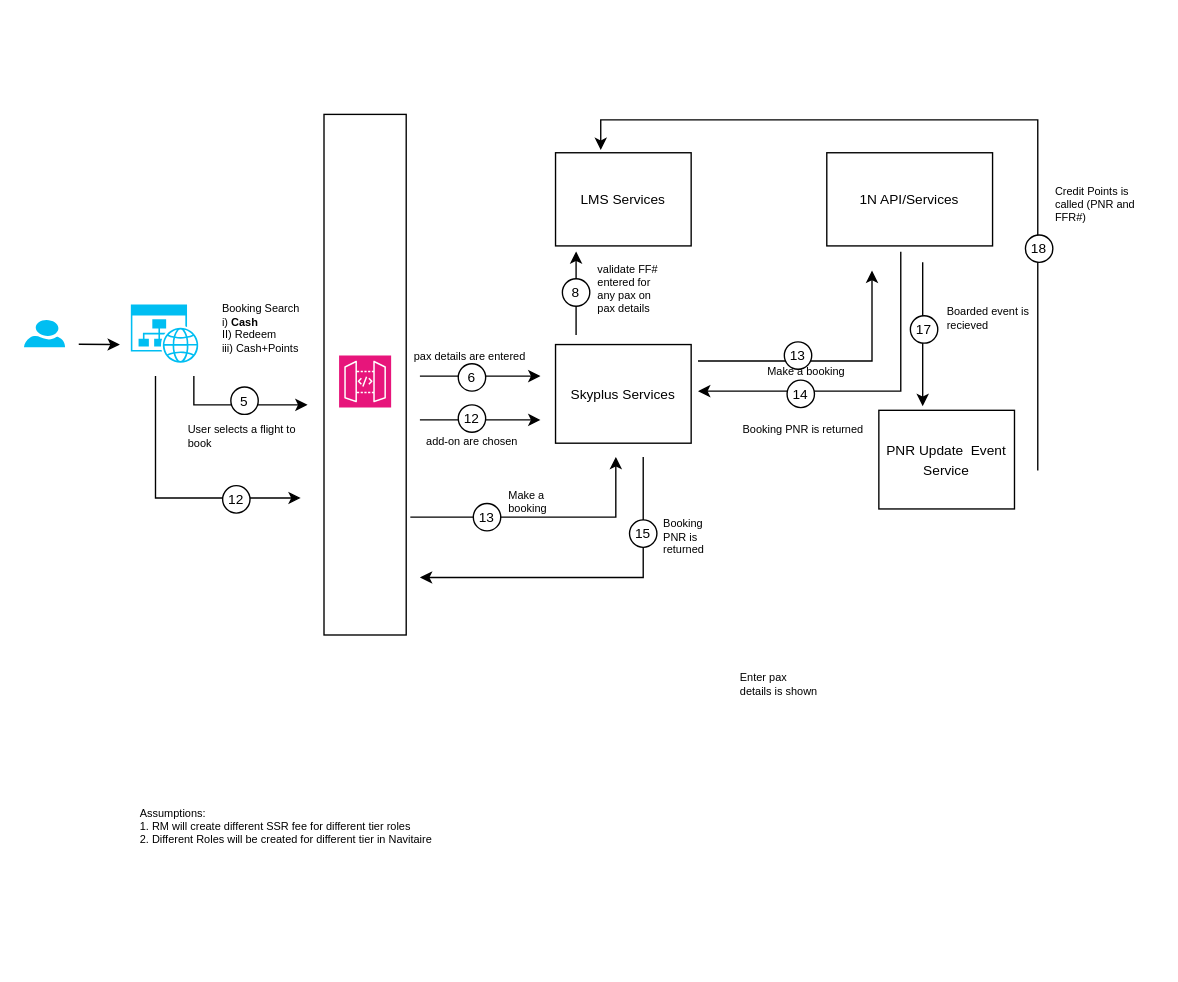
The draw.io diagram page "Book" (2 of 2) of Earn_Booking_Flow.drawio in nchauhan4/drawings, before the edit. Source tidied: cells renumbered, new cells numbered last; positions are measured from the earlier drawing's top-left corner, leaving out a move shared by most shapes. Both pictures are drawn from the tidied source at 137%, with x=0, y=0 at pixel (23, 114). Pictures stored in the file or linked from it are replaced by grey dashed boxes.
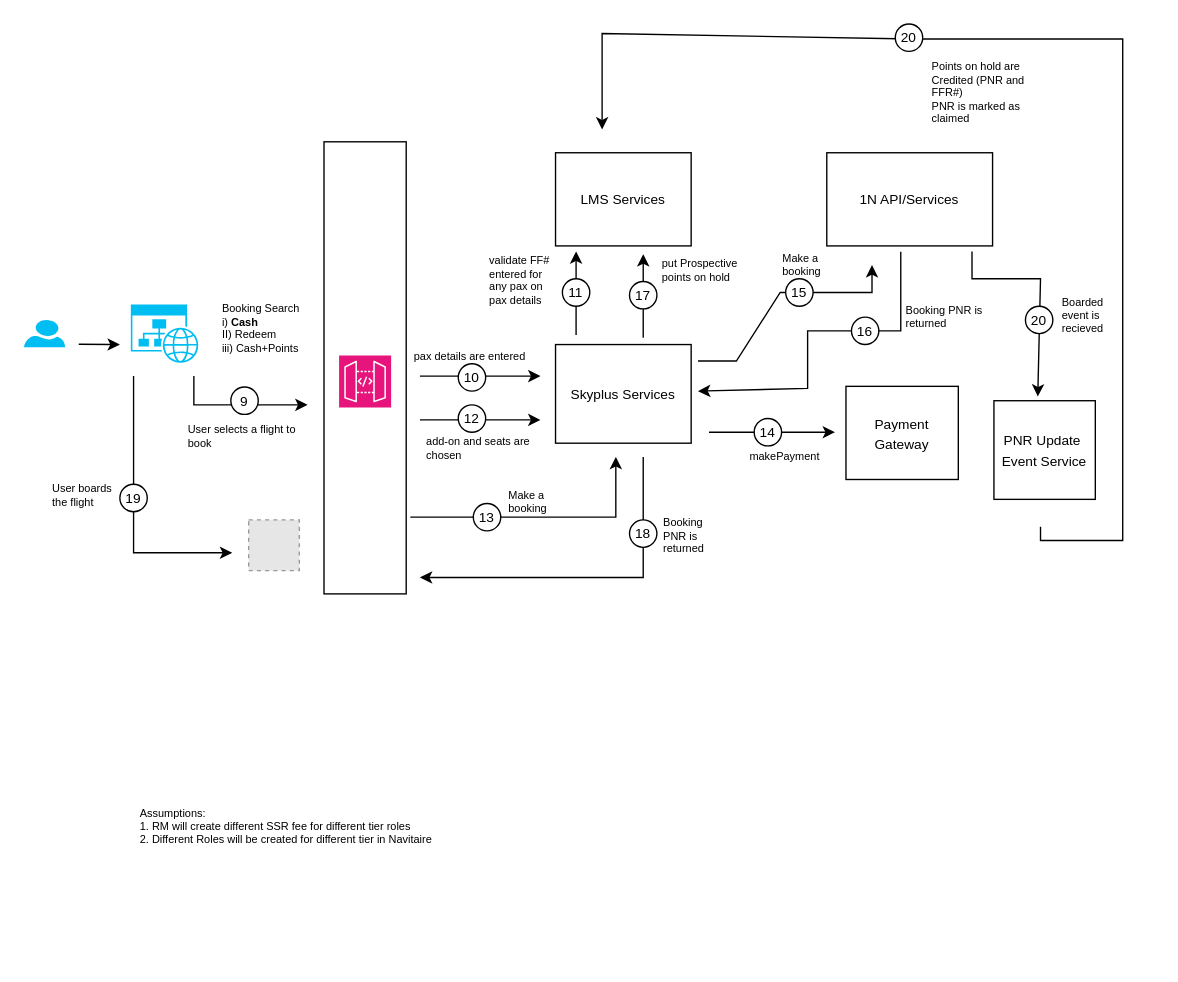
Above is the later version.

Diff of the diagram source:
```diff
@@
     <mxCell id="3" style="rounded=0;whiteSpace=wrap;html=1;" parent="1" vertex="1">
-      <mxGeometry x="219" width="60" height="380" as="geometry" />
+      <mxGeometry x="219" y="20" width="60" height="330" as="geometry" />
     </mxCell>
@@
-    <mxCell id="10" value="&lt;font style=&quot;font-size: 10px;&quot;&gt;5&lt;/font&gt;" style="text;html=1;strokeColor=none;fillColor=none;align=center;verticalAlign=middle;whiteSpace=wrap;rounded=0;" parent="1" vertex="1">
+    <mxCell id="10" value="&lt;font style=&quot;font-size: 10px;&quot;&gt;9&lt;/font&gt;" style="text;html=1;strokeColor=none;fillColor=none;align=center;verticalAlign=middle;whiteSpace=wrap;rounded=0;" parent="1" vertex="1">
       <mxGeometry x="146" y="199" width="30" height="20" as="geometry" />
     </mxCell>
@@
-    <mxCell id="14" value="Enter pax details is shown" style="text;html=1;strokeColor=none;fillColor=none;align=left;verticalAlign=top;whiteSpace=wrap;rounded=0;fontSize=8;" parent="1" vertex="1">
-      <mxGeometry x="521.4" y="400" width="60.6" height="18" as="geometry" />
-    </mxCell>
     <mxCell id="15" style="endArrow=classic;html=1;rounded=0;" parent="1" edge="1">
       <mxGeometry relative="1" as="geometry">
         <mxPoint x="640" y="100.2" as="sourcePoint" />
         <mxPoint x="492" y="202" as="targetPoint" />
         <Array as="points">
           <mxPoint x="640" y="122.2" />
           <mxPoint x="640" y="158" />
-          <mxPoint x="640" y="180" />
-          <mxPoint x="640" y="202" />
-          <mxPoint x="531" y="202" />
+          <mxPoint x="572" y="158" />
+          <mxPoint x="572" y="200" />
         </Array>
       </mxGeometry>
     </mxCell>
@@
-    <mxCell id="18" value="&lt;font style=&quot;font-size: 10px;&quot;&gt;6&lt;/font&gt;" style="text;html=1;strokeColor=none;fillColor=none;align=center;verticalAlign=middle;whiteSpace=wrap;rounded=0;" parent="1" vertex="1">
+    <mxCell id="18" value="&lt;font style=&quot;font-size: 10px;&quot;&gt;10&lt;/font&gt;" style="text;html=1;strokeColor=none;fillColor=none;align=center;verticalAlign=middle;whiteSpace=wrap;rounded=0;" parent="1" vertex="1">
       <mxGeometry x="312" y="182" width="30" height="20" as="geometry" />
     </mxCell>
@@
-    <mxCell id="20" style="endArrow=classic;html=1;rounded=0;" parent="1" edge="1">
-      <mxGeometry relative="1" as="geometry">
-        <mxPoint x="96" y="191" as="sourcePoint" />
-        <mxPoint x="202" y="280" as="targetPoint" />
-        <Array as="points">
-          <mxPoint x="96" y="280" />
-        </Array>
-      </mxGeometry>
-    </mxCell>
@@
-    <mxCell id="22" style="ellipse;whiteSpace=wrap;html=1;" parent="1" vertex="1">
-      <mxGeometry x="145" y="271" width="20" height="20" as="geometry" />
-    </mxCell>
-    <mxCell id="23" value="&lt;font style=&quot;font-size: 10px;&quot;&gt;12&lt;/font&gt;" style="text;html=1;strokeColor=none;fillColor=none;align=center;verticalAlign=middle;whiteSpace=wrap;rounded=0;" parent="1" vertex="1">
-      <mxGeometry x="140" y="271" width="30" height="20" as="geometry" />
-    </mxCell>
@@
-    <mxCell id="25" value="&lt;span style=&quot;font-size: 10px;&quot;&gt;PNR Update&amp;nbsp; Event Service&lt;/span&gt;" style="rounded=0;whiteSpace=wrap;html=1;" parent="1" vertex="1">
-      <mxGeometry x="624" y="216" width="99" height="72" as="geometry" />
-    </mxCell>
@@
     <mxCell id="30" style="endArrow=classic;html=1;rounded=0;" parent="1" edge="1">
       <mxGeometry relative="1" as="geometry">
         <mxPoint x="492" y="180" as="sourcePoint" />
-        <mxPoint x="619" y="114" as="targetPoint" />
+        <mxPoint x="619" y="110" as="targetPoint" />
         <Array as="points">
           <mxPoint x="520" y="180" />
-          <mxPoint x="619" y="180" />
+          <mxPoint x="552" y="130" />
+          <mxPoint x="619" y="130" />
         </Array>
       </mxGeometry>
     </mxCell>
     <mxCell id="31" value="Make a booking" style="text;html=1;strokeColor=none;fillColor=none;align=left;verticalAlign=top;whiteSpace=wrap;rounded=0;fontSize=8;" parent="1" vertex="1">
-      <mxGeometry x="540.8" y="177" width="109.2" height="18" as="geometry" />
+      <mxGeometry x="552.4" y="94" width="51.6" height="18" as="geometry" />
     </mxCell>
     <mxCell id="32" style="ellipse;whiteSpace=wrap;html=1;" parent="1" vertex="1">
-      <mxGeometry x="555" y="166" width="20" height="20" as="geometry" />
+      <mxGeometry x="556" y="120" width="20" height="20" as="geometry" />
     </mxCell>
-    <mxCell id="33" value="&lt;font style=&quot;font-size: 10px;&quot;&gt;13&lt;/font&gt;" style="text;html=1;strokeColor=none;fillColor=none;align=center;verticalAlign=middle;whiteSpace=wrap;rounded=0;" parent="1" vertex="1">
-      <mxGeometry x="550" y="166" width="30" height="20" as="geometry" />
+    <mxCell id="33" value="&lt;font style=&quot;font-size: 10px;&quot;&gt;15&lt;/font&gt;" style="text;html=1;strokeColor=none;fillColor=none;align=center;verticalAlign=middle;whiteSpace=wrap;rounded=0;" parent="1" vertex="1">
+      <mxGeometry x="551" y="120" width="30" height="20" as="geometry" />
     </mxCell>
     <mxCell id="34" style="ellipse;whiteSpace=wrap;html=1;" parent="1" vertex="1">
-      <mxGeometry x="557" y="194" width="20" height="20" as="geometry" />
+      <mxGeometry x="604" y="148" width="20" height="20" as="geometry" />
     </mxCell>
-    <mxCell id="35" value="&lt;font style=&quot;font-size: 10px;&quot;&gt;14&lt;/font&gt;" style="text;html=1;strokeColor=none;fillColor=none;align=center;verticalAlign=middle;whiteSpace=wrap;rounded=0;" parent="1" vertex="1">
-      <mxGeometry x="552" y="194" width="30" height="20" as="geometry" />
+    <mxCell id="35" value="&lt;font style=&quot;font-size: 10px;&quot;&gt;16&lt;/font&gt;" style="text;html=1;strokeColor=none;fillColor=none;align=center;verticalAlign=middle;whiteSpace=wrap;rounded=0;" parent="1" vertex="1">
+      <mxGeometry x="599" y="148" width="30" height="20" as="geometry" />
     </mxCell>
     <mxCell id="36" value="Booking PNR is returned" style="text;html=1;strokeColor=none;fillColor=none;align=left;verticalAlign=top;whiteSpace=wrap;rounded=0;fontSize=8;" parent="1" vertex="1">
-      <mxGeometry x="522.8" y="219" width="109.2" height="18" as="geometry" />
+      <mxGeometry x="642" y="132" width="70" height="18" as="geometry" />
     </mxCell>
@@
     <mxCell id="38" value="Booking PNR is returned" style="text;html=1;strokeColor=none;fillColor=none;align=left;verticalAlign=top;whiteSpace=wrap;rounded=0;fontSize=8;" parent="1" vertex="1">
-      <mxGeometry x="465" y="287.5" width="49" height="38.5" as="geometry" />
+      <mxGeometry x="465" y="286.5" width="49" height="38.5" as="geometry" />
     </mxCell>
@@
-    <mxCell id="40" value="&lt;font style=&quot;font-size: 10px;&quot;&gt;15&lt;/font&gt;" style="text;html=1;strokeColor=none;fillColor=none;align=center;verticalAlign=middle;whiteSpace=wrap;rounded=0;" parent="1" vertex="1">
+    <mxCell id="40" value="&lt;font style=&quot;font-size: 10px;&quot;&gt;18&lt;/font&gt;" style="text;html=1;strokeColor=none;fillColor=none;align=center;verticalAlign=middle;whiteSpace=wrap;rounded=0;" parent="1" vertex="1">
       <mxGeometry x="437" y="296" width="30" height="20" as="geometry" />
     </mxCell>
-    <mxCell id="41" style="endArrow=classic;html=1;rounded=0;" parent="1" edge="1">
-      <mxGeometry relative="1" as="geometry">
-        <mxPoint x="656" y="108" as="sourcePoint" />
-        <mxPoint x="656" y="213" as="targetPoint" />
-      </mxGeometry>
-    </mxCell>
-    <mxCell id="42" style="ellipse;whiteSpace=wrap;html=1;" parent="1" vertex="1">
-      <mxGeometry x="647" y="147" width="20" height="20" as="geometry" />
-    </mxCell>
-    <mxCell id="43" value="&lt;font style=&quot;font-size: 10px;&quot;&gt;17&lt;/font&gt;" style="text;html=1;strokeColor=none;fillColor=none;align=center;verticalAlign=middle;whiteSpace=wrap;rounded=0;" parent="1" vertex="1">
-      <mxGeometry x="642" y="147" width="30" height="20" as="geometry" />
-    </mxCell>
-    <mxCell id="44" value="Boarded event is recieved" style="text;html=1;strokeColor=none;fillColor=none;align=left;verticalAlign=top;whiteSpace=wrap;rounded=0;fontSize=8;" parent="1" vertex="1">
-      <mxGeometry x="672" y="133" width="74.2" height="18" as="geometry" />
-    </mxCell>
-    <mxCell id="45" style="endArrow=classic;html=1;rounded=0;" parent="1" edge="1">
-      <mxGeometry relative="1" as="geometry">
-        <mxPoint x="740" y="260" as="sourcePoint" />
-        <mxPoint x="421" y="26" as="targetPoint" />
-        <Array as="points">
-          <mxPoint x="740" y="4" />
-          <mxPoint x="586" y="4" />
-          <mxPoint x="421" y="4" />
-        </Array>
-      </mxGeometry>
-    </mxCell>
-    <mxCell id="46" style="ellipse;whiteSpace=wrap;html=1;" parent="1" vertex="1">
-      <mxGeometry x="731" y="88" width="20" height="20" as="geometry" />
-    </mxCell>
-    <mxCell id="47" value="&lt;font style=&quot;font-size: 10px;&quot;&gt;18&lt;/font&gt;" style="text;html=1;strokeColor=none;fillColor=none;align=center;verticalAlign=middle;whiteSpace=wrap;rounded=0;" parent="1" vertex="1">
-      <mxGeometry x="729" y="92" width="24" height="12" as="geometry" />
-    </mxCell>
-    <mxCell id="48" value="Credit Points is called (PNR and FFR#)" style="text;html=1;strokeColor=none;fillColor=none;align=left;verticalAlign=top;whiteSpace=wrap;rounded=0;fontSize=8;" parent="1" vertex="1">
-      <mxGeometry x="751" y="45" width="74.2" height="18" as="geometry" />
-    </mxCell>
@@
     <mxCell id="50" value="validate FF# entered for any pax on pax details" style="text;html=1;strokeColor=none;fillColor=none;align=left;verticalAlign=top;whiteSpace=wrap;rounded=0;fontSize=8;" parent="1" vertex="1">
-      <mxGeometry x="417" y="101.5" width="55" height="18" as="geometry" />
+      <mxGeometry x="338" y="96" width="55" height="18" as="geometry" />
     </mxCell>
@@
-    <mxCell id="53" value="&lt;font style=&quot;font-size: 10px;&quot;&gt;8&lt;/font&gt;" style="text;html=1;strokeColor=none;fillColor=none;align=center;verticalAlign=middle;whiteSpace=wrap;rounded=0;" parent="1" vertex="1">
+    <mxCell id="53" value="&lt;font style=&quot;font-size: 10px;&quot;&gt;11&lt;/font&gt;" style="text;html=1;strokeColor=none;fillColor=none;align=center;verticalAlign=middle;whiteSpace=wrap;rounded=0;" parent="1" vertex="1">
       <mxGeometry x="388" y="120" width="30" height="20" as="geometry" />
     </mxCell>
@@
-    <mxCell id="57" value="add-on are chosen" style="text;html=1;strokeColor=none;fillColor=none;align=left;verticalAlign=top;whiteSpace=wrap;rounded=0;fontSize=8;" parent="1" vertex="1">
+    <mxCell id="57" value="add-on and seats are chosen" style="text;html=1;strokeColor=none;fillColor=none;align=left;verticalAlign=top;whiteSpace=wrap;rounded=0;fontSize=8;" parent="1" vertex="1">
       <mxGeometry x="292" y="228" width="80" height="18" as="geometry" />
     </mxCell>
+    <mxCell id="58" style="endArrow=classic;html=1;rounded=0;" parent="1" edge="1">
+      <mxGeometry relative="1" as="geometry">
+        <mxPoint x="452" y="163" as="sourcePoint" />
+        <mxPoint x="452" y="102" as="targetPoint" />
+      </mxGeometry>
+    </mxCell>
+    <mxCell id="59" value="put Prospective points on hold" style="text;html=1;strokeColor=none;fillColor=none;align=left;verticalAlign=top;whiteSpace=wrap;rounded=0;fontSize=8;" parent="1" vertex="1">
+      <mxGeometry x="464" y="98" width="68" height="18" as="geometry" />
+    </mxCell>
+    <mxCell id="60" style="edgeStyle=orthogonalEdgeStyle;rounded=0;orthogonalLoop=1;jettySize=auto;html=1;exitX=0.5;exitY=1;exitDx=0;exitDy=0;" parent="1" edge="1" source="59" target="59">
+      <mxGeometry relative="1" as="geometry" />
+    </mxCell>
+    <mxCell id="61" style="ellipse;whiteSpace=wrap;html=1;" parent="1" vertex="1">
+      <mxGeometry x="442" y="122" width="20" height="20" as="geometry" />
+    </mxCell>
+    <mxCell id="43" value="&lt;font style=&quot;font-size: 10px;&quot;&gt;17&lt;/font&gt;" style="text;html=1;strokeColor=none;fillColor=none;align=center;verticalAlign=middle;whiteSpace=wrap;rounded=0;" parent="1" vertex="1">
+      <mxGeometry x="437" y="122" width="30" height="20" as="geometry" />
+    </mxCell>
+    <mxCell id="62" value="&lt;font style=&quot;font-size: 10px;&quot;&gt;Payment Gateway&lt;/font&gt;" style="rounded=0;whiteSpace=wrap;html=1;" parent="1" vertex="1">
+      <mxGeometry x="600" y="198.5" width="82" height="68" as="geometry" />
+    </mxCell>
+    <mxCell id="63" style="endArrow=classic;html=1;rounded=0;" parent="1" edge="1">
+      <mxGeometry relative="1" as="geometry">
+        <mxPoint x="500" y="232" as="sourcePoint" />
+        <mxPoint x="592" y="232" as="targetPoint" />
+      </mxGeometry>
+    </mxCell>
+    <mxCell id="64" value="makePayment&amp;nbsp;" style="text;html=1;strokeColor=none;fillColor=none;align=left;verticalAlign=top;whiteSpace=wrap;rounded=0;fontSize=8;" parent="1" vertex="1">
+      <mxGeometry x="528" y="238.5" width="49" height="38.5" as="geometry" />
+    </mxCell>
+    <mxCell id="65" style="ellipse;whiteSpace=wrap;html=1;" parent="1" vertex="1">
+      <mxGeometry x="533" y="222" width="20" height="20" as="geometry" />
+    </mxCell>
+    <mxCell id="66" value="&lt;font style=&quot;font-size: 10px;&quot;&gt;14&lt;/font&gt;" style="text;html=1;strokeColor=none;fillColor=none;align=center;verticalAlign=middle;whiteSpace=wrap;rounded=0;" parent="1" vertex="1">
+      <mxGeometry x="528" y="222" width="30" height="20" as="geometry" />
+    </mxCell>
+    <mxCell id="67" style="fillColor=#E6E6E6;strokeColor=#999999;dashed=1;html=1;verticalAlign=top;verticalLabelPosition=bottom;labelBackgroundColor=#ffffff;" parent="1" vertex="1">
+      <mxGeometry x="164" y="296" width="37" height="37" as="geometry" />
+    </mxCell>
+    <mxCell id="68" style="endArrow=classic;html=1;rounded=0;" parent="1" edge="1">
+      <mxGeometry relative="1" as="geometry">
+        <mxPoint x="80" y="191" as="sourcePoint" />
+        <mxPoint x="152" y="320" as="targetPoint" />
+        <Array as="points">
+          <mxPoint x="80" y="320" />
+        </Array>
+      </mxGeometry>
+    </mxCell>
+    <mxCell id="69" value="User boards the flight&amp;nbsp;" style="text;html=1;strokeColor=none;fillColor=none;align=left;verticalAlign=top;whiteSpace=wrap;rounded=0;fontSize=8;" parent="1" vertex="1">
+      <mxGeometry x="19" y="262" width="55.1" height="27" as="geometry" />
+    </mxCell>
+    <mxCell id="70" style="ellipse;whiteSpace=wrap;html=1;" parent="1" vertex="1">
+      <mxGeometry x="70" y="270" width="20" height="20" as="geometry" />
+    </mxCell>
+    <mxCell id="71" value="&lt;font style=&quot;font-size: 10px;&quot;&gt;19&lt;/font&gt;" style="text;html=1;strokeColor=none;fillColor=none;align=center;verticalAlign=middle;whiteSpace=wrap;rounded=0;" parent="1" vertex="1">
+      <mxGeometry x="65" y="270" width="30" height="20" as="geometry" />
+    </mxCell>
+    <mxCell id="25" value="&lt;span style=&quot;font-size: 10px;&quot;&gt;PNR Update&amp;nbsp; Event Service&lt;/span&gt;" style="rounded=0;whiteSpace=wrap;html=1;" parent="1" vertex="1">
+      <mxGeometry x="708" y="209" width="74" height="72" as="geometry" />
+    </mxCell>
+    <mxCell id="72" style="endArrow=classic;html=1;rounded=0;" parent="1" edge="1">
+      <mxGeometry relative="1" as="geometry">
+        <mxPoint x="692" y="100" as="sourcePoint" />
+        <mxPoint x="740" y="206" as="targetPoint" />
+        <Array as="points">
+          <mxPoint x="692" y="120" />
+          <mxPoint x="742" y="120" />
+        </Array>
+      </mxGeometry>
+    </mxCell>
+    <mxCell id="73" style="ellipse;whiteSpace=wrap;html=1;" parent="1" vertex="1">
+      <mxGeometry x="731" y="140" width="20" height="20" as="geometry" />
+    </mxCell>
+    <mxCell id="74" value="&lt;font style=&quot;font-size: 10px;&quot;&gt;20&lt;/font&gt;" style="text;html=1;strokeColor=none;fillColor=none;align=center;verticalAlign=middle;whiteSpace=wrap;rounded=0;" parent="1" vertex="1">
+      <mxGeometry x="726" y="140" width="30" height="20" as="geometry" />
+    </mxCell>
+    <mxCell id="44" value="Boarded event is recieved" style="text;html=1;strokeColor=none;fillColor=none;align=left;verticalAlign=top;whiteSpace=wrap;rounded=0;fontSize=8;" parent="1" vertex="1">
+      <mxGeometry x="756" y="126" width="36" height="54" as="geometry" />
+    </mxCell>
+    <mxCell id="75" style="endArrow=classic;html=1;rounded=0;" parent="1" edge="1">
+      <mxGeometry relative="1" as="geometry">
+        <mxPoint x="742" y="301" as="sourcePoint" />
+        <mxPoint x="422" y="11" as="targetPoint" />
+        <Array as="points">
+          <mxPoint x="742" y="311" />
+          <mxPoint x="772" y="311" />
+          <mxPoint x="802" y="311" />
+          <mxPoint x="802" y="-55" />
+          <mxPoint x="648" y="-55" />
+          <mxPoint x="422" y="-59" />
+        </Array>
+      </mxGeometry>
+    </mxCell>
+    <mxCell id="76" value="Points on hold are Credited (PNR and FFR#)&lt;div&gt;PNR is marked as claimed&lt;/div&gt;" style="text;html=1;strokeColor=none;fillColor=none;align=left;verticalAlign=top;whiteSpace=wrap;rounded=0;fontSize=8;" parent="1" vertex="1">
+      <mxGeometry x="661" y="-46" width="74.2" height="57" as="geometry" />
+    </mxCell>
+    <mxCell id="77" style="ellipse;whiteSpace=wrap;html=1;" parent="1" vertex="1">
+      <mxGeometry x="636" y="-66" width="20" height="20" as="geometry" />
+    </mxCell>
+    <mxCell id="78" value="&lt;font style=&quot;font-size: 10px;&quot;&gt;20&lt;/font&gt;" style="text;html=1;strokeColor=none;fillColor=none;align=center;verticalAlign=middle;whiteSpace=wrap;rounded=0;" parent="1" vertex="1">
+      <mxGeometry x="631" y="-66" width="30" height="20" as="geometry" />
+    </mxCell>
```
